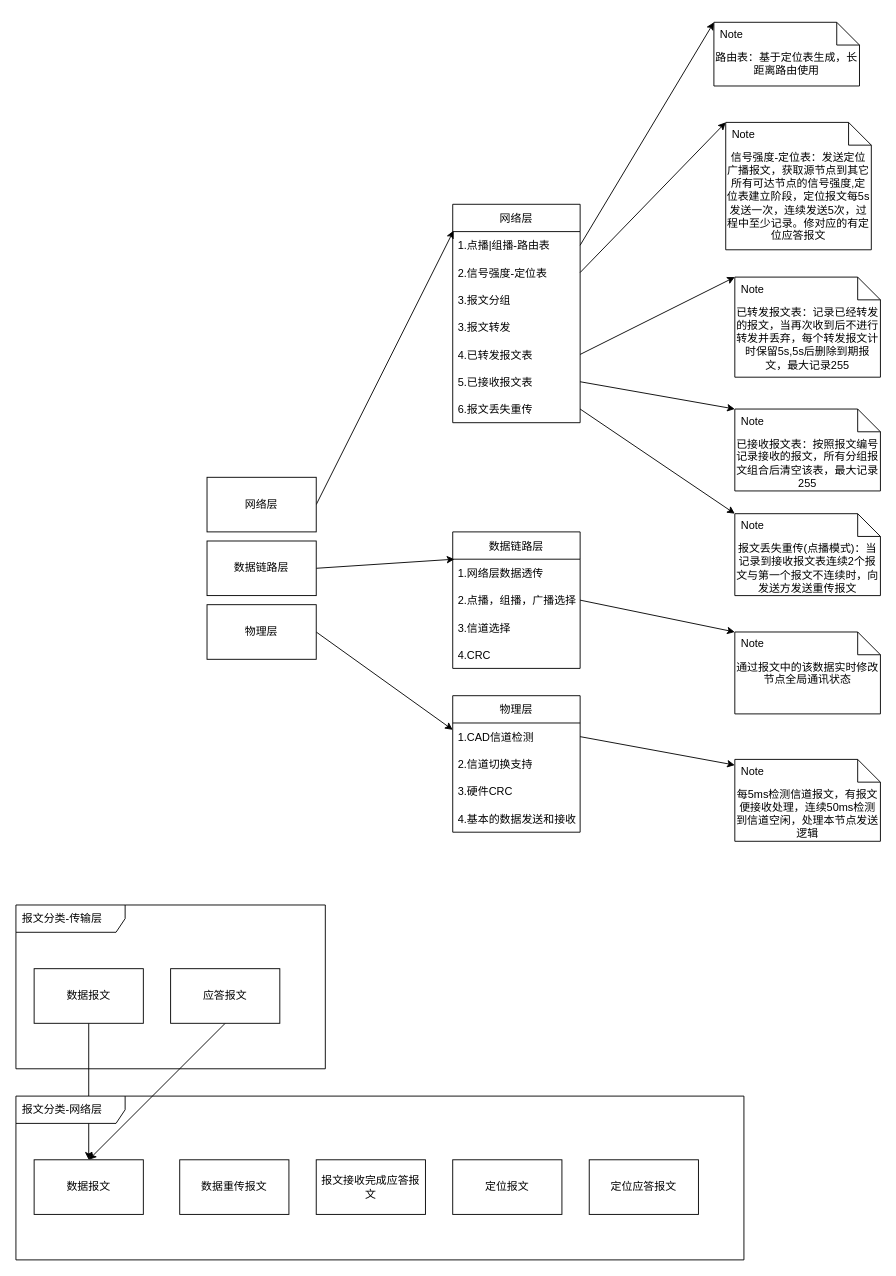
Above: page "通信协议架构" (1 of 5) of Design/design.drawio in HZC-AND/LORA_WLAN (draw.io), before the change. Source tidied: cells renumbered, new cells numbered last; positions are measured from the earlier drawing's top-left corner, leaving out a move shared by most shapes. Both pictures are drawn from the tidied source at 91%, with x=0, y=0 at pixel (15, 22).
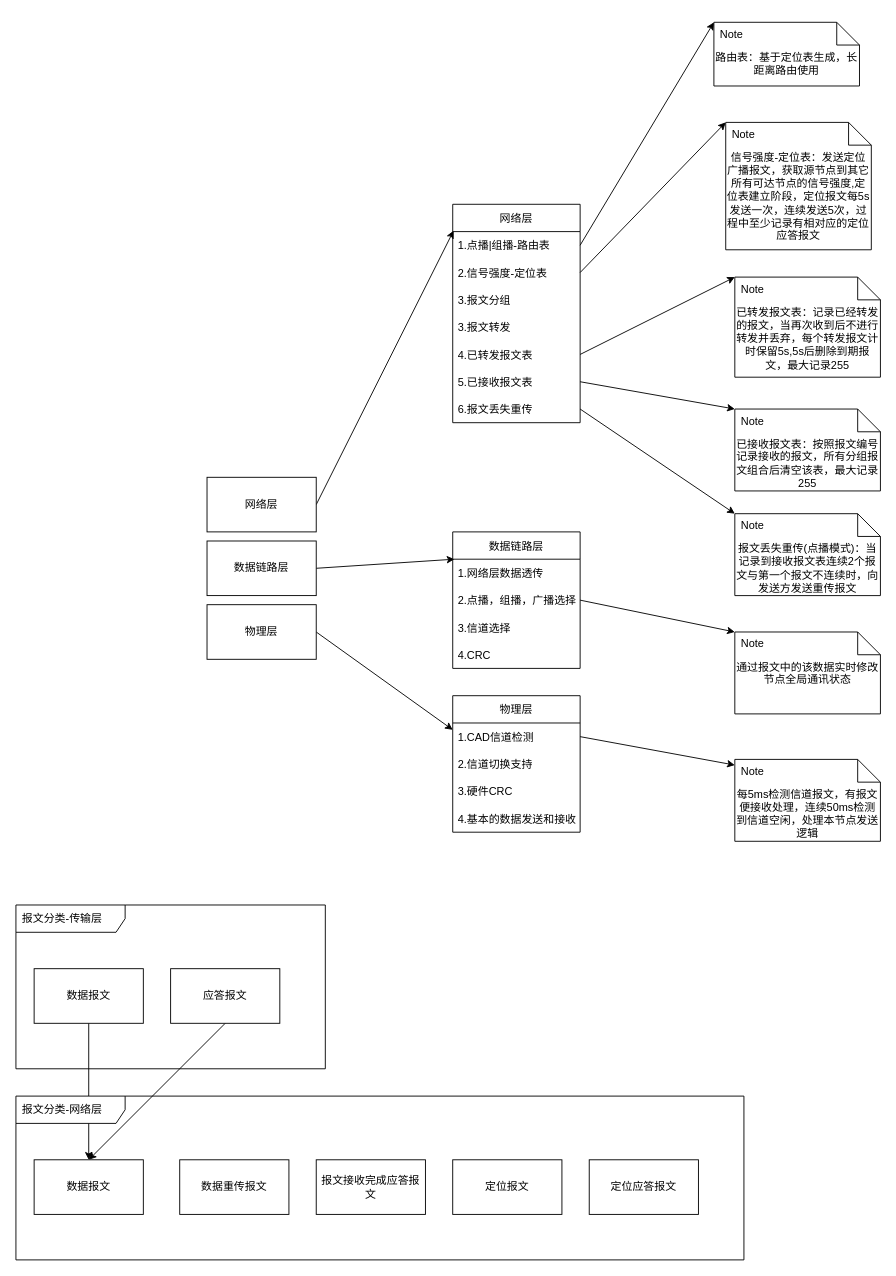
The same diagram, later.

What changed in the source:
```diff
@@
-    <mxCell id="44" value="信号强度-定位表：发送定位广播报文，获取源节点到其它所有可达节点的信号强度,定位表建立阶段，定位报文每5s发送一次，连续发送5次，过程中至少记录。修对应的有定位应答报文" style="shape=note2;boundedLbl=1;whiteSpace=wrap;html=1;size=25;verticalAlign=top;align=center;" parent="1" vertex="1">
+    <mxCell id="44" value="信号强度-定位表：发送定位广播报文，获取源节点到其它所有可达节点的信号强度,定位表建立阶段，定位报文每5s发送一次，连续发送5次，过程中至少记录有相对应的定位应答报文" style="shape=note2;boundedLbl=1;whiteSpace=wrap;html=1;size=25;verticalAlign=top;align=center;" parent="1" vertex="1">
       <mxGeometry x="780" y="110" width="160" height="140" as="geometry" />
     </mxCell>
```
